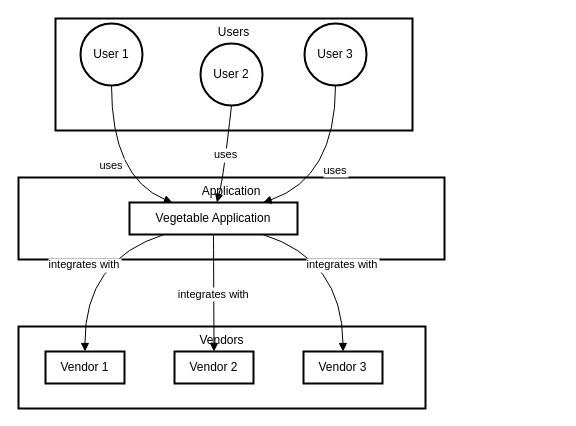
Above: lib/Contextmodel.drawio in brianmwirigi/vegi_connect (draw.io), before the change. Source tidied: cells renumbered, new cells numbered last; positions are measured from the earlier drawing's top-left corner, leaving out a move shared by most shapes. Both pictures are drawn from the tidied source at 100%, with x=0, y=0 at pixel (18, 18).
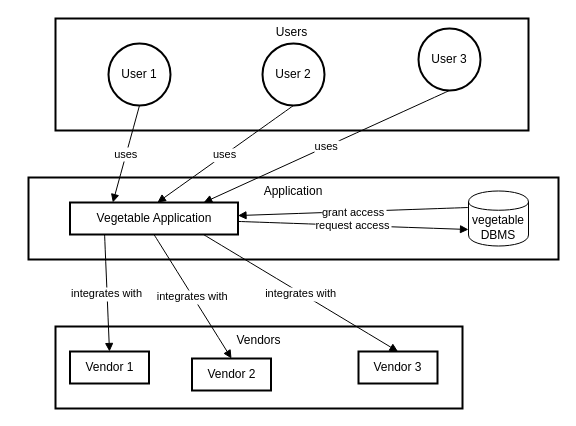
The same diagram, later.

Change to the diagram source:
```diff
@@
     <mxCell id="2" value="Application" style="whiteSpace=wrap;strokeWidth=2;verticalAlign=top;" parent="1" vertex="1">
-      <mxGeometry y="159" width="426" height="82" as="geometry" />
+      <mxGeometry x="10" y="159" width="530" height="82" as="geometry" />
     </mxCell>
     <mxCell id="3" value="Vegetable Application" style="whiteSpace=wrap;strokeWidth=2;" parent="1" vertex="1">
-      <mxGeometry x="111" y="184" width="168" height="32" as="geometry" />
+      <mxGeometry x="51.5" y="184" width="168" height="32" as="geometry" />
     </mxCell>
     <mxCell id="4" value="Vendors" style="whiteSpace=wrap;strokeWidth=2;verticalAlign=top;" parent="1" vertex="1">
-      <mxGeometry y="308" width="407" height="82" as="geometry" />
+      <mxGeometry x="37" y="308" width="407" height="82" as="geometry" />
     </mxCell>
     <mxCell id="5" value="Vendor 1" style="whiteSpace=wrap;strokeWidth=2;" parent="1" vertex="1">
-      <mxGeometry x="27" y="333" width="79" height="32" as="geometry" />
+      <mxGeometry x="51.5" y="333" width="79" height="32" as="geometry" />
     </mxCell>
     <mxCell id="6" value="Vendor 2" style="whiteSpace=wrap;strokeWidth=2;" parent="1" vertex="1">
-      <mxGeometry x="156" y="333" width="79" height="32" as="geometry" />
+      <mxGeometry x="173.5" y="340" width="79" height="32" as="geometry" />
     </mxCell>
     <mxCell id="7" value="Vendor 3" style="whiteSpace=wrap;strokeWidth=2;" parent="1" vertex="1">
-      <mxGeometry x="285" y="333" width="79" height="32" as="geometry" />
+      <mxGeometry x="340" y="333" width="79" height="32" as="geometry" />
     </mxCell>
     <mxCell id="8" value="Users" style="whiteSpace=wrap;strokeWidth=2;verticalAlign=top;" parent="1" vertex="1">
-      <mxGeometry x="37" width="357" height="112" as="geometry" />
+      <mxGeometry x="37" width="473" height="112" as="geometry" />
     </mxCell>
     <mxCell id="9" value="User 1" style="ellipse;strokeWidth=2;whiteSpace=wrap;" parent="1" vertex="1">
-      <mxGeometry x="62" y="5" width="62" height="62" as="geometry" />
+      <mxGeometry x="90" y="25" width="62" height="62" as="geometry" />
     </mxCell>
     <mxCell id="10" value="User 2" style="ellipse;strokeWidth=2;whiteSpace=wrap;" parent="1" vertex="1">
-      <mxGeometry x="182" y="25" width="62" height="62" as="geometry" />
+      <mxGeometry x="244" y="25" width="62" height="62" as="geometry" />
     </mxCell>
     <mxCell id="11" value="User 3" style="ellipse;strokeWidth=2;whiteSpace=wrap;" parent="1" vertex="1">
-      <mxGeometry x="286" y="5" width="62" height="62" as="geometry" />
+      <mxGeometry x="400" y="10" width="62" height="62" as="geometry" />
     </mxCell>
     <mxCell id="12" value="uses" style="curved=1;startArrow=none;endArrow=block;exitX=0.5;exitY=1;entryX=0.26;entryY=0.01;" parent="1" edge="1" source="9" target="3">
-      <mxGeometry relative="1" as="geometry">
-        <Array as="points">
-          <mxPoint x="93" y="159" />
-        </Array>
-      </mxGeometry>
+      <mxGeometry relative="1" as="geometry" />
     </mxCell>
     <mxCell id="13" value="uses" style="curved=1;startArrow=none;endArrow=block;exitX=0.5;exitY=1;entryX=0.52;entryY=0.01;" parent="1" edge="1" source="10" target="3">
-      <mxGeometry relative="1" as="geometry">
-        <Array as="points">
-          <mxPoint x="205" y="159" />
-        </Array>
-      </mxGeometry>
+      <mxGeometry relative="1" as="geometry" />
     </mxCell>
     <mxCell id="14" value="uses" style="curved=1;startArrow=none;endArrow=block;exitX=0.51;exitY=1;entryX=0.79;entryY=0.01;" parent="1" edge="1" source="11" target="3">
-      <mxGeometry relative="1" as="geometry">
-        <Array as="points">
-          <mxPoint x="317" y="159" />
-        </Array>
-      </mxGeometry>
+      <mxGeometry relative="1" as="geometry" />
     </mxCell>
     <mxCell id="15" value="integrates with" style="curved=1;startArrow=none;endArrow=block;exitX=0.2;exitY=1.01;entryX=0.5;entryY=0.01;" parent="1" edge="1" source="3" target="5">
-      <mxGeometry relative="1" as="geometry">
-        <Array as="points">
-          <mxPoint x="66" y="241" />
-        </Array>
-      </mxGeometry>
+      <mxGeometry relative="1" as="geometry" />
     </mxCell>
@@
     <mxCell id="17" value="integrates with" style="curved=1;startArrow=none;endArrow=block;exitX=0.8;exitY=1.01;entryX=0.5;entryY=0.01;" parent="1" edge="1" source="3" target="7">
-      <mxGeometry relative="1" as="geometry">
-        <Array as="points">
-          <mxPoint x="324" y="241" />
-        </Array>
-      </mxGeometry>
+      <mxGeometry relative="1" as="geometry" />
     </mxCell>
+    <mxCell id="18" value="vegetable DBMS" style="shape=cylinder;whiteSpace=wrap;html=1;boundedLbl=1;backgroundOutline=1;" parent="1" vertex="1">
+      <mxGeometry x="450" y="172.5" width="60" height="55" as="geometry" />
+    </mxCell>
+    <mxCell id="19" value="grant access" style="curved=1;startArrow=none;endArrow=block;exitX=0;exitY=0.3;exitDx=0;exitDy=0;" parent="1" edge="1" source="18" target="3">
+      <mxGeometry relative="1" as="geometry" />
+    </mxCell>
+    <mxCell id="20" value="request access" style="curved=1;startArrow=none;endArrow=block;entryX=0;entryY=0.7;entryDx=0;entryDy=0;" parent="1" edge="1" source="3" target="18">
+      <mxGeometry relative="1" as="geometry" />
+    </mxCell>
```
